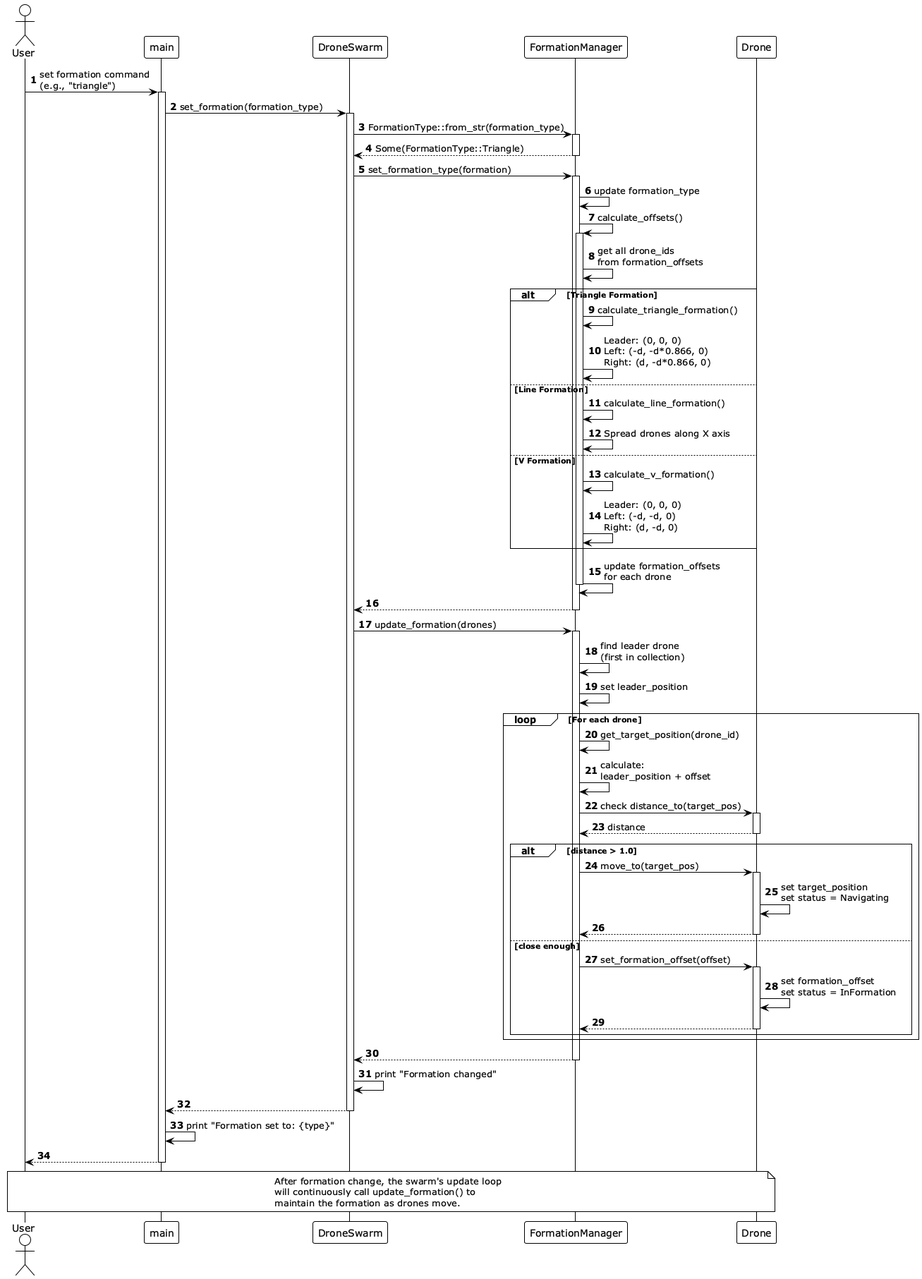
Earlier version of the PlantUML export doc/software/images/Formation Change Sequence.png (xwarzee/uav_in_rust).
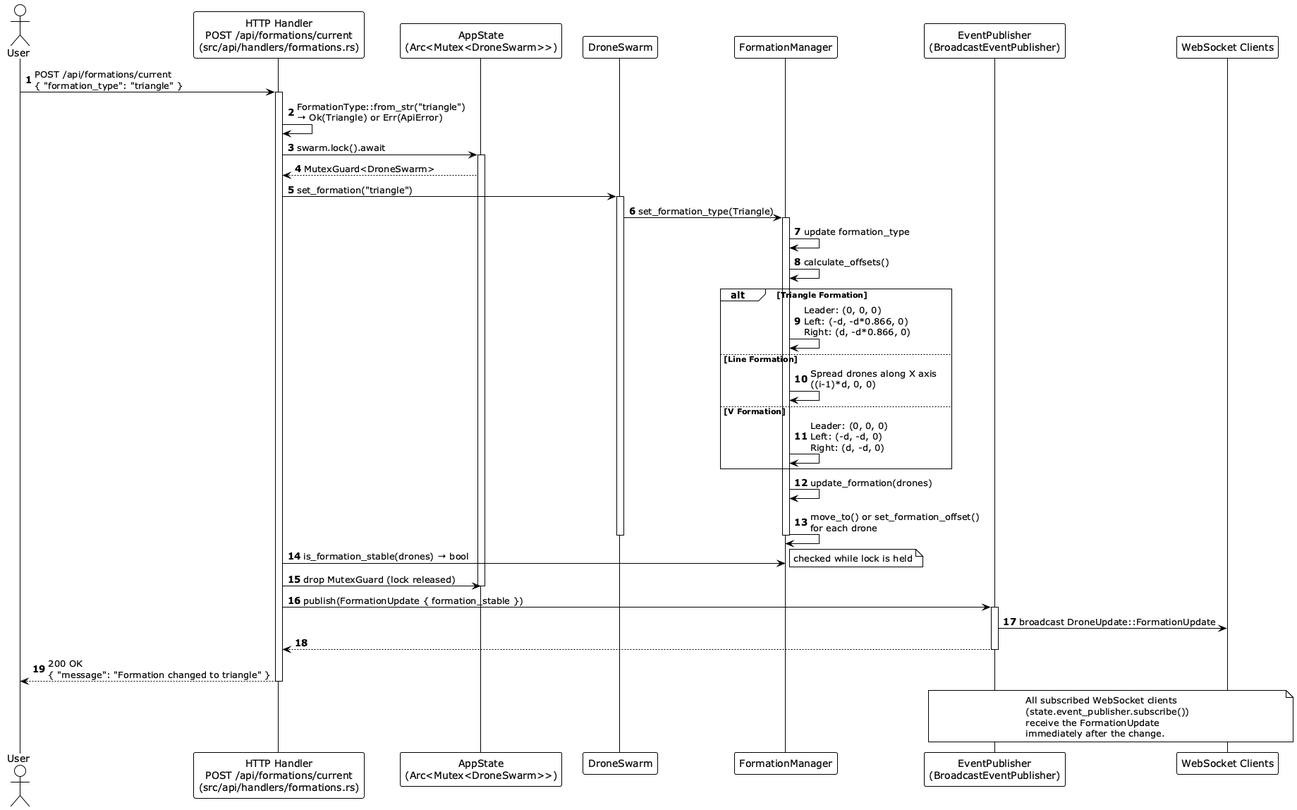
Above is the later version.

Diff of the diagram source:
```diff
@@ -3,93 +3,65 @@
 autonumber
 
 actor User
-participant "main" as Main
+participant "HTTP Handler\nPOST /api/formations/current\n(src/api/handlers/formations.rs)" as Handler
+participant "AppState\n(Arc<Mutex<DroneSwarm>>)" as State
 participant "DroneSwarm" as Swarm
 participant "FormationManager" as FormMgr
-participant "Drone" as Drone
+participant "EventPublisher\n(BroadcastEventPublisher)" as EP
+participant "WebSocket Clients" as WS
 
-User -> Main: set formation command\n(e.g., "triangle")
-activate Main
+User -> Handler: POST /api/formations/current\n{ "formation_type": "triangle" }
+activate Handler
 
-Main -> Swarm: set_formation(formation_type)
+Handler -> Handler: FormationType::from_str("triangle")\n→ Ok(Triangle) or Err(ApiError)
+
+Handler -> State: swarm.lock().await
+activate State
+State --> Handler: MutexGuard<DroneSwarm>
+
+Handler -> Swarm: set_formation("triangle")
 activate Swarm
 
-Swarm -> FormMgr: FormationType::from_str(formation_type)
-activate FormMgr
-FormMgr --> Swarm: Some(FormationType::Triangle)
-deactivate FormMgr
-
-Swarm -> FormMgr: set_formation_type(formation)
+Swarm -> FormMgr: set_formation_type(Triangle)
 activate FormMgr
 
 FormMgr -> FormMgr: update formation_type
 FormMgr -> FormMgr: calculate_offsets()
-activate FormMgr
-
-FormMgr -> FormMgr: get all drone_ids\nfrom formation_offsets
 
 alt Triangle Formation
-  FormMgr -> FormMgr: calculate_triangle_formation()
   FormMgr -> FormMgr: Leader: (0, 0, 0)\nLeft: (-d, -d*0.866, 0)\nRight: (d, -d*0.866, 0)
 else Line Formation
-  FormMgr -> FormMgr: calculate_line_formation()
-  FormMgr -> FormMgr: Spread drones along X axis
+  FormMgr -> FormMgr: Spread drones along X axis\n((i-1)*d, 0, 0)
 else V Formation
-  FormMgr -> FormMgr: calculate_v_formation()
   FormMgr -> FormMgr: Leader: (0, 0, 0)\nLeft: (-d, -d, 0)\nRight: (d, -d, 0)
 end
 
-FormMgr -> FormMgr: update formation_offsets\nfor each drone
+FormMgr -> FormMgr: update_formation(drones)
+FormMgr -> FormMgr: move_to() or set_formation_offset()\nfor each drone
+
 deactivate FormMgr
-
-FormMgr --> Swarm:
-deactivate FormMgr
-
-Swarm -> FormMgr: update_formation(drones)
-activate FormMgr
-
-FormMgr -> FormMgr: find leader drone\n(first in collection)
-FormMgr -> FormMgr: set leader_position
-
-loop For each drone
-  FormMgr -> FormMgr: get_target_position(drone_id)
-  FormMgr -> FormMgr: calculate:\nleader_position + offset
-
-  FormMgr -> Drone: check distance_to(target_pos)
-  activate Drone
-  Drone --> FormMgr: distance
-  deactivate Drone
-
-  alt distance > 1.0
-    FormMgr -> Drone: move_to(target_pos)
-    activate Drone
-    Drone -> Drone: set target_position\nset status = Navigating
-    Drone --> FormMgr:
-    deactivate Drone
-  else close enough
-    FormMgr -> Drone: set_formation_offset(offset)
-    activate Drone
-    Drone -> Drone: set formation_offset\nset status = InFormation
-    Drone --> FormMgr:
-    deactivate Drone
-  end
-end
-
-FormMgr --> Swarm:
-deactivate FormMgr
-
-Swarm -> Swarm: print "Formation changed"
-Swarm --> Main:
 deactivate Swarm
 
-Main -> Main: print "Formation set to: {type}"
-Main --> User:
-deactivate Main
+Handler -> FormMgr: is_formation_stable(drones) → bool
+note right: checked while lock is held
 
-note over User, Drone
-  After formation change, the swarm's update loop
-  will continuously call update_formation() to
-  maintain the formation as drones move.
+Handler -> State: drop MutexGuard (lock released)
+deactivate State
+
+Handler -> EP: publish(FormationUpdate { formation_stable })
+activate EP
+EP -> WS: broadcast DroneUpdate::FormationUpdate
+EP --> Handler:
+deactivate EP
+
+Handler --> User: 200 OK\n{ "message": "Formation changed to triangle" }
+deactivate Handler
+
+note over EP, WS
+  All subscribed WebSocket clients
+  (state.event_publisher.subscribe())
+  receive the FormationUpdate
+  immediately after the change.
 end note
 
 @enduml
```
